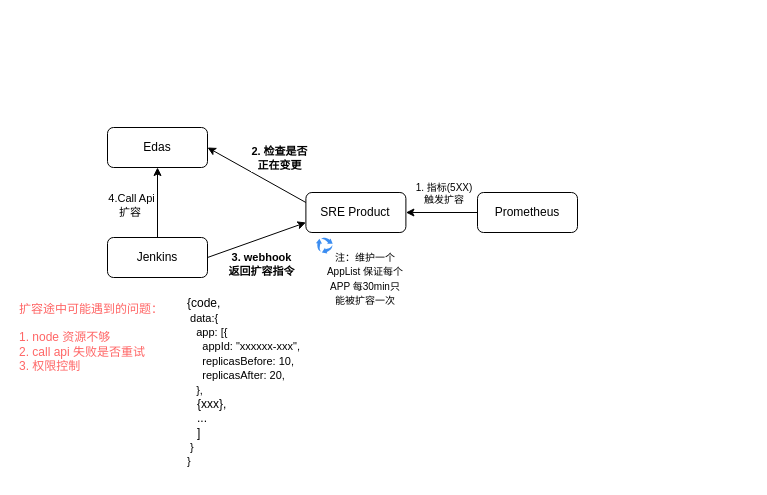
Earlier version of the draw.io diagram page "扩容" (6 of 6) of 数据架构图.drawio (Allen9797/WorkZone). Source tidied: cells renumbered, new cells numbered last; positions are measured from the earlier drawing's top-left corner, leaving out a move shared by most shapes. Both pictures are drawn from the tidied source at 100%, with x=0, y=0 at pixel (17, 127).
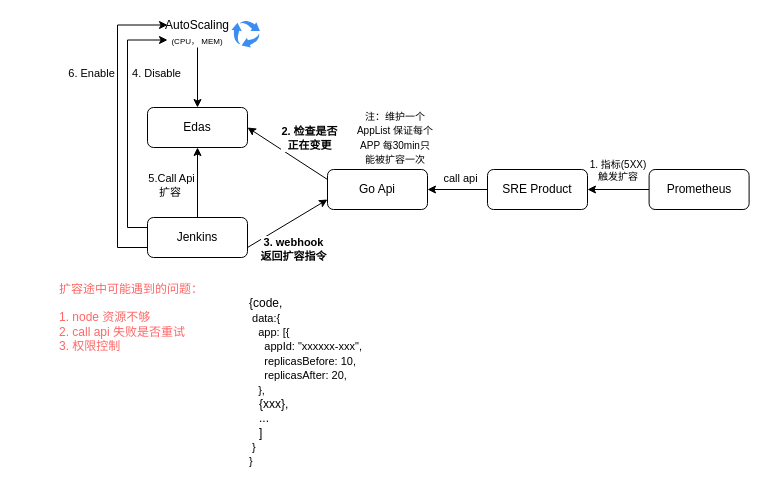
The same page after the edit.

Commit message:
更新数据架构图.drawio

Unchanged cells that the change refers to:
```xml
<mxCell id="3" style="edgeStyle=orthogonalEdgeStyle;rounded=0;jettySize=auto;html=1;" parent="1" edge="1" source="7" target="2">
  <mxGeometry relative="1" as="geometry" />
</mxCell>
```

Change to the diagram source:
```diff
@@
     <mxCell id="2" value="Edas" style="rounded=1;whiteSpace=wrap;html=1;" parent="1" vertex="1">
-      <mxGeometry x="90" width="100" height="40" as="geometry" />
+      <mxGeometry x="130" y="-20" width="100" height="40" as="geometry" />
     </mxCell>
@@
-    <mxCell id="4" value="4.Call Api&lt;br&gt;扩容&amp;nbsp;" style="edgeLabel;html=1;align=center;verticalAlign=middle;" parent="3" vertex="1">
+    <mxCell id="4" value="5.Call Api&lt;br&gt;扩容&amp;nbsp;" style="edgeLabel;html=1;align=center;verticalAlign=middle;" parent="3" vertex="1">
       <mxGeometry x="0.08" y="-3" relative="1" as="geometry">
         <mxPoint x="-30" y="5" as="offset" />
       </mxGeometry>
     </mxCell>
-    <mxCell id="5" style="rounded=0;jettySize=auto;html=1;exitX=1;exitY=0.5;exitDx=0;exitDy=0;entryX=0;entryY=0.75;entryDx=0;entryDy=0;" parent="1" edge="1" source="7" target="10">
+    <mxCell id="5" style="rounded=0;jettySize=auto;html=1;exitX=1;exitY=0.75;exitDx=0;exitDy=0;entryX=0;entryY=0.75;entryDx=0;entryDy=0;" parent="1" edge="1" source="7" target="26">
       <mxGeometry relative="1" as="geometry" />
     </mxCell>
@@
+    <mxCell id="18" style="edgeStyle=orthogonalEdgeStyle;rounded=0;jettySize=auto;html=1;exitX=0;exitY=0.25;exitDx=0;exitDy=0;entryX=0;entryY=0.75;entryDx=0;entryDy=0;" parent="1" edge="1" source="7" target="25">
+      <mxGeometry relative="1" as="geometry" />
+    </mxCell>
+    <mxCell id="19" value="4. Disable" style="edgeLabel;html=1;align=center;verticalAlign=middle;fontStyle=0;" parent="18" vertex="1">
+      <mxGeometry x="0.1" relative="1" as="geometry">
+        <mxPoint x="28" y="-39" as="offset" />
+      </mxGeometry>
+    </mxCell>
+    <mxCell id="20" style="edgeStyle=orthogonalEdgeStyle;rounded=0;jettySize=auto;html=1;exitX=0;exitY=0.75;exitDx=0;exitDy=0;entryX=0;entryY=0.25;entryDx=0;entryDy=0;" parent="1" edge="1" source="7" target="25">
+      <mxGeometry relative="1" as="geometry">
+        <Array as="points">
+          <mxPoint x="100" y="120" />
+          <mxPoint x="100" y="-102" />
+        </Array>
+      </mxGeometry>
+    </mxCell>
+    <mxCell id="21" value="6. Enable" style="edgeLabel;html=1;align=center;verticalAlign=middle;fontStyle=0;" parent="20" vertex="1">
+      <mxGeometry x="0.3" y="1" relative="1" as="geometry">
+        <mxPoint x="-26" y="-8" as="offset" />
+      </mxGeometry>
+    </mxCell>
     <mxCell id="7" value="Jenkins" style="rounded=1;whiteSpace=wrap;html=1;" parent="1" vertex="1">
-      <mxGeometry x="90" y="110" width="100" height="40" as="geometry" />
+      <mxGeometry x="130" y="90" width="100" height="40" as="geometry" />
     </mxCell>
-    <mxCell id="8" style="rounded=0;jettySize=auto;html=1;exitX=0;exitY=0.25;exitDx=0;exitDy=0;entryX=1;entryY=0.5;entryDx=0;entryDy=0;" parent="1" edge="1" source="10" target="2">
+    <mxCell id="8" style="rounded=0;jettySize=auto;html=1;exitX=0;exitY=0.25;exitDx=0;exitDy=0;entryX=1;entryY=0.5;entryDx=0;entryDy=0;" parent="1" edge="1" source="26" target="2">
       <mxGeometry relative="1" as="geometry" />
     </mxCell>
     <mxCell id="9" value="2. 检查是否&lt;br&gt;正在变更" style="edgeLabel;html=1;align=center;verticalAlign=middle;fontStyle=1;" parent="8" vertex="1">
       <mxGeometry x="0.02" y="-1" relative="1" as="geometry">
-        <mxPoint x="22" y="-16" as="offset" />
+        <mxPoint x="22" y="-14" as="offset" />
       </mxGeometry>
     </mxCell>
+    <mxCell id="22" style="edgeStyle=orthogonalEdgeStyle;rounded=0;jettySize=auto;html=1;" parent="1" edge="1" source="10" target="26">
+      <mxGeometry relative="1" as="geometry" />
+    </mxCell>
+    <mxCell id="23" value="call api" style="edgeLabel;html=1;align=center;verticalAlign=middle;" parent="22" vertex="1">
+      <mxGeometry x="0.04" y="1" relative="1" as="geometry">
+        <mxPoint x="3" y="-13" as="offset" />
+      </mxGeometry>
+    </mxCell>
     <mxCell id="10" value="SRE Product" style="rounded=1;whiteSpace=wrap;html=1;" parent="1" vertex="1">
-      <mxGeometry x="288.4" y="65" width="100" height="40" as="geometry" />
+      <mxGeometry x="470" y="42" width="100" height="40" as="geometry" />
     </mxCell>
     <mxCell id="11" value="{code,&lt;br style=&quot;border-color: var(--border-color); font-size: 11px;&quot;&gt;&lt;span style=&quot;font-size: 11px; background-color: rgb(255, 255, 255);&quot;&gt;&amp;nbsp;data:{&lt;/span&gt;&lt;br style=&quot;border-color: var(--border-color); font-size: 11px;&quot;&gt;&lt;span style=&quot;font-size: 11px; background-color: rgb(255, 255, 255);&quot;&gt;&amp;nbsp; &amp;nbsp;app: [{&lt;/span&gt;&lt;br style=&quot;border-color: var(--border-color); font-size: 11px;&quot;&gt;&lt;span style=&quot;font-size: 11px; background-color: rgb(255, 255, 255);&quot;&gt;&amp;nbsp; &amp;nbsp; &amp;nbsp;appId: &quot;xxxxxx-xxx&quot;,&lt;/span&gt;&lt;br style=&quot;border-color: var(--border-color); font-size: 11px;&quot;&gt;&lt;span style=&quot;font-size: 11px; background-color: rgb(255, 255, 255);&quot;&gt;&amp;nbsp; &amp;nbsp; &amp;nbsp;replicasBefore: 10,&lt;/span&gt;&lt;br style=&quot;border-color: var(--border-color); font-size: 11px;&quot;&gt;&lt;span style=&quot;font-size: 11px; background-color: rgb(255, 255, 255);&quot;&gt;&amp;nbsp; &amp;nbsp; &amp;nbsp;replicasAfter: 20,&lt;/span&gt;&lt;br style=&quot;border-color: var(--border-color); font-size: 11px;&quot;&gt;&lt;span style=&quot;font-size: 11px; background-color: rgb(255, 255, 255);&quot;&gt;&amp;nbsp; &amp;nbsp;},&lt;br&gt;&lt;/span&gt;&amp;nbsp; &amp;nbsp;{xxx},&lt;br&gt;&amp;nbsp; &amp;nbsp;...&lt;br&gt;&amp;nbsp; &amp;nbsp;]&lt;br style=&quot;border-color: var(--border-color); font-size: 11px;&quot;&gt;&lt;span style=&quot;font-size: 11px; background-color: rgb(255, 255, 255);&quot;&gt;&amp;nbsp;}&lt;/span&gt;&lt;br style=&quot;border-color: var(--border-color); font-size: 11px;&quot;&gt;&lt;span style=&quot;font-size: 11px; background-color: rgb(255, 255, 255);&quot;&gt;}&lt;/span&gt;" style="text;html=1;strokeColor=none;fillColor=none;align=left;verticalAlign=middle;whiteSpace=wrap;rounded=0;" parent="1" vertex="1">
-      <mxGeometry x="168.4" y="160" width="130" height="190" as="geometry" />
+      <mxGeometry x="230" y="160" width="130" height="190" as="geometry" />
     </mxCell>
     <mxCell id="12" style="sketch=0;html=1;strokeColor=none;shadow=0;fillColor=#3B8DF1;verticalAlign=top;labelPosition=center;verticalLabelPosition=bottom;shape=mxgraph.gcp2.arrow_cycle;" parent="1" vertex="1">
-      <mxGeometry x="298.4" y="110" width="16.8" height="16" as="geometry" />
+      <mxGeometry x="214" y="-107" width="28.4" height="27" as="geometry" />
     </mxCell>
     <mxCell id="13" value="1. 指标(5XX&lt;span style=&quot;font-size: 10px; background-color: rgb(255, 255, 255);&quot;&gt;)&lt;br&gt;触发扩容&lt;/span&gt;" style="text;html=1;strokeColor=none;fillColor=none;align=center;verticalAlign=middle;whiteSpace=wrap;rounded=0;fontSize=10;" parent="1" vertex="1">
-      <mxGeometry x="396.4" y="51" width="61.6" height="30" as="geometry" />
+      <mxGeometry x="570" y="28" width="61.6" height="30" as="geometry" />
     </mxCell>
@@
     <mxCell id="15" value="Prometheus" style="rounded=1;whiteSpace=wrap;html=1;" parent="1" vertex="1">
-      <mxGeometry x="460" y="65" width="100" height="40" as="geometry" />
+      <mxGeometry x="631.6" y="42" width="100" height="40" as="geometry" />
     </mxCell>
     <mxCell id="16" value="&lt;font style=&quot;font-size: 10px;&quot;&gt;注：维护一个AppList 保证每个APP 每30min只能被扩容一次&lt;/font&gt;" style="text;html=1;strokeColor=none;fillColor=none;align=center;verticalAlign=middle;whiteSpace=wrap;rounded=0;" parent="1" vertex="1">
-      <mxGeometry x="308.4" y="118" width="80" height="65" as="geometry" />
+      <mxGeometry x="338.4" y="-23" width="80" height="65" as="geometry" />
     </mxCell>
     <mxCell id="17" value="扩容途中可能遇到的问题：&lt;br&gt;&lt;br&gt;1. node 资源不够&lt;br&gt;2. call api 失败是否重试&lt;br&gt;3. 权限控制" style="text;html=1;strokeColor=none;fillColor=none;align=left;verticalAlign=middle;whiteSpace=wrap;rounded=0;fontColor=#FF6666;" parent="1" vertex="1">
-      <mxGeometry y="160" width="150" height="100" as="geometry" />
+      <mxGeometry x="40" y="140" width="150" height="100" as="geometry" />
     </mxCell>
+    <mxCell id="24" style="edgeStyle=orthogonalEdgeStyle;rounded=0;jettySize=auto;html=1;exitX=0.5;exitY=1;exitDx=0;exitDy=0;entryX=0.5;entryY=0;entryDx=0;entryDy=0;" parent="1" edge="1" source="25" target="2">
+      <mxGeometry relative="1" as="geometry" />
+    </mxCell>
+    <mxCell id="25" value="AutoScaling&lt;br style=&quot;border-color: var(--border-color);&quot;&gt;&lt;font style=&quot;border-color: var(--border-color); font-size: 8px;&quot;&gt;(CPU， MEM)&lt;/font&gt;" style="text;html=1;strokeColor=none;fillColor=none;align=center;verticalAlign=middle;whiteSpace=wrap;rounded=0;" parent="1" vertex="1">
+      <mxGeometry x="150" y="-110" width="60" height="30" as="geometry" />
+    </mxCell>
+    <mxCell id="26" value="Go Api" style="rounded=1;whiteSpace=wrap;html=1;" parent="1" vertex="1">
+      <mxGeometry x="310" y="42" width="100" height="40" as="geometry" />
+    </mxCell>
```
